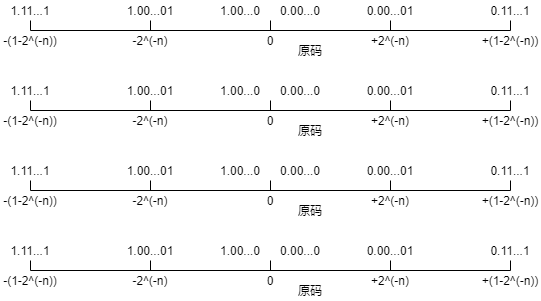
chunkitlau/diagrams keeps this draw.io diagram as computer organization week 3.png. Above is the earlier version. Source tidied: cells renumbered, new cells last; positions are measured from the earlier drawing's top-left corner, leaving out a move shared by most shapes.
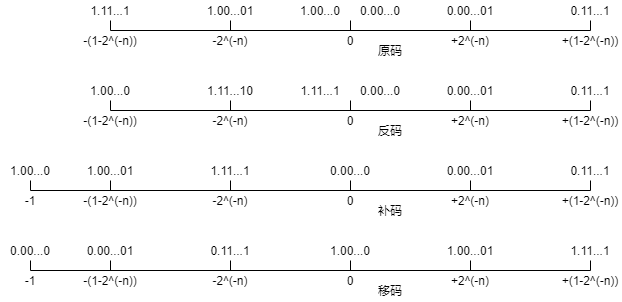
Later version of the same file.

The edit, as a diff of the source:
```diff
@@ -104,7 +104,7 @@
         <mxPoint x="390" y="100" as="targetPoint" />
       </mxGeometry>
     </mxCell>
-    <mxCell id="25" value="原码" style="text;html=1;strokeColor=none;fillColor=none;align=center;verticalAlign=middle;whiteSpace=wrap;rounded=0;" parent="1" vertex="1">
+    <mxCell id="25" value="反码" style="text;html=1;strokeColor=none;fillColor=none;align=center;verticalAlign=middle;whiteSpace=wrap;rounded=0;" parent="1" vertex="1">
       <mxGeometry x="290" y="120" width="40" height="20" as="geometry" />
     </mxCell>
     <mxCell id="26" style="endArrow=none;html=1;" parent="1" edge="1">
@@ -125,7 +125,7 @@
     <mxCell id="30" value="0.00...0" style="text;html=1;strokeColor=none;fillColor=none;align=center;verticalAlign=middle;whiteSpace=wrap;rounded=0;" parent="1" vertex="1">
       <mxGeometry x="280" y="80" width="40" height="20" as="geometry" />
     </mxCell>
-    <mxCell id="31" value="1.00...0" style="text;html=1;strokeColor=none;fillColor=none;align=center;verticalAlign=middle;whiteSpace=wrap;rounded=0;" parent="1" vertex="1">
+    <mxCell id="31" value="1.11...1" style="text;html=1;strokeColor=none;fillColor=none;align=center;verticalAlign=middle;whiteSpace=wrap;rounded=0;" parent="1" vertex="1">
       <mxGeometry x="220" y="80" width="40" height="20" as="geometry" />
     </mxCell>
     <mxCell id="32" value="0.00...01" style="text;html=1;strokeColor=none;fillColor=none;align=center;verticalAlign=middle;whiteSpace=wrap;rounded=0;" parent="1" vertex="1">
@@ -140,15 +140,15 @@
     <mxCell id="35" value="-(1-2^(-n))" style="text;html=1;strokeColor=none;fillColor=none;align=center;verticalAlign=middle;whiteSpace=wrap;rounded=0;" parent="1" vertex="1">
       <mxGeometry y="110" width="60" height="20" as="geometry" />
     </mxCell>
-    <mxCell id="36" value="1.00...01" style="text;html=1;strokeColor=none;fillColor=none;align=center;verticalAlign=middle;whiteSpace=wrap;rounded=0;" parent="1" vertex="1">
+    <mxCell id="36" value="1.11...10" style="text;html=1;strokeColor=none;fillColor=none;align=center;verticalAlign=middle;whiteSpace=wrap;rounded=0;" parent="1" vertex="1">
       <mxGeometry x="130" y="80" width="40" height="20" as="geometry" />
     </mxCell>
-    <mxCell id="37" value="1.11...1" style="text;html=1;strokeColor=none;fillColor=none;align=center;verticalAlign=middle;whiteSpace=wrap;rounded=0;" parent="1" vertex="1">
+    <mxCell id="37" value="1.00...0" style="text;html=1;strokeColor=none;fillColor=none;align=center;verticalAlign=middle;whiteSpace=wrap;rounded=0;" parent="1" vertex="1">
       <mxGeometry x="10" y="80" width="40" height="20" as="geometry" />
     </mxCell>
     <mxCell id="38" style="endArrow=none;html=1;" parent="1" edge="1">
       <mxGeometry relative="1" as="geometry">
-        <mxPoint x="30" y="190" as="sourcePoint" />
+        <mxPoint x="-50" y="190" as="sourcePoint" />
         <mxPoint x="510" y="190" as="targetPoint" />
       </mxGeometry>
     </mxCell>
@@ -192,10 +192,10 @@
       <mxGeometry x="480" y="190" width="60" height="20" as="geometry" />
     </mxCell>
     <mxCell id="47" value="0.00...0" style="text;html=1;strokeColor=none;fillColor=none;align=center;verticalAlign=middle;whiteSpace=wrap;rounded=0;" parent="1" vertex="1">
-      <mxGeometry x="280" y="160" width="40" height="20" as="geometry" />
+      <mxGeometry x="250" y="160" width="40" height="20" as="geometry" />
     </mxCell>
-    <mxCell id="48" value="1.00...0" style="text;html=1;strokeColor=none;fillColor=none;align=center;verticalAlign=middle;whiteSpace=wrap;rounded=0;" parent="1" vertex="1">
-      <mxGeometry x="220" y="160" width="40" height="20" as="geometry" />
+    <mxCell id="48" value="1.00...01" style="text;html=1;strokeColor=none;fillColor=none;align=center;verticalAlign=middle;whiteSpace=wrap;rounded=0;" parent="1" vertex="1">
+      <mxGeometry x="10" y="160" width="40" height="20" as="geometry" />
     </mxCell>
     <mxCell id="49" value="0.00...01" style="text;html=1;strokeColor=none;fillColor=none;align=center;verticalAlign=middle;whiteSpace=wrap;rounded=0;" parent="1" vertex="1">
       <mxGeometry x="370" y="160" width="40" height="20" as="geometry" />
@@ -209,18 +209,15 @@
     <mxCell id="52" value="-(1-2^(-n))" style="text;html=1;strokeColor=none;fillColor=none;align=center;verticalAlign=middle;whiteSpace=wrap;rounded=0;" parent="1" vertex="1">
       <mxGeometry y="190" width="60" height="20" as="geometry" />
     </mxCell>
-    <mxCell id="53" value="1.00...01" style="text;html=1;strokeColor=none;fillColor=none;align=center;verticalAlign=middle;whiteSpace=wrap;rounded=0;" parent="1" vertex="1">
-      <mxGeometry x="130" y="160" width="40" height="20" as="geometry" />
-    </mxCell>
     <mxCell id="54" value="1.11...1" style="text;html=1;strokeColor=none;fillColor=none;align=center;verticalAlign=middle;whiteSpace=wrap;rounded=0;" parent="1" vertex="1">
-      <mxGeometry x="10" y="160" width="40" height="20" as="geometry" />
+      <mxGeometry x="130" y="160" width="40" height="20" as="geometry" />
     </mxCell>
-    <mxCell id="55" value="原码" style="text;html=1;strokeColor=none;fillColor=none;align=center;verticalAlign=middle;whiteSpace=wrap;rounded=0;" parent="1" vertex="1">
+    <mxCell id="55" value="补码" style="text;html=1;strokeColor=none;fillColor=none;align=center;verticalAlign=middle;whiteSpace=wrap;rounded=0;" parent="1" vertex="1">
       <mxGeometry x="290" y="200" width="40" height="20" as="geometry" />
     </mxCell>
     <mxCell id="56" style="endArrow=none;html=1;" parent="1" edge="1">
       <mxGeometry relative="1" as="geometry">
-        <mxPoint x="30" y="270" as="sourcePoint" />
+        <mxPoint x="-50" y="270" as="sourcePoint" />
         <mxPoint x="510" y="270" as="targetPoint" />
       </mxGeometry>
     </mxCell>
@@ -263,16 +260,13 @@
     <mxCell id="64" value="+(1-2^(-n))" style="text;html=1;strokeColor=none;fillColor=none;align=center;verticalAlign=middle;whiteSpace=wrap;rounded=0;" parent="1" vertex="1">
       <mxGeometry x="480" y="270" width="60" height="20" as="geometry" />
     </mxCell>
-    <mxCell id="65" value="0.00...0" style="text;html=1;strokeColor=none;fillColor=none;align=center;verticalAlign=middle;whiteSpace=wrap;rounded=0;" parent="1" vertex="1">
-      <mxGeometry x="280" y="240" width="40" height="20" as="geometry" />
+    <mxCell id="65" value="1.00...0" style="text;html=1;strokeColor=none;fillColor=none;align=center;verticalAlign=middle;whiteSpace=wrap;rounded=0;" parent="1" vertex="1">
+      <mxGeometry x="250" y="240" width="40" height="20" as="geometry" />
     </mxCell>
-    <mxCell id="66" value="1.00...0" style="text;html=1;strokeColor=none;fillColor=none;align=center;verticalAlign=middle;whiteSpace=wrap;rounded=0;" parent="1" vertex="1">
-      <mxGeometry x="220" y="240" width="40" height="20" as="geometry" />
-    </mxCell>
-    <mxCell id="67" value="0.00...01" style="text;html=1;strokeColor=none;fillColor=none;align=center;verticalAlign=middle;whiteSpace=wrap;rounded=0;" parent="1" vertex="1">
+    <mxCell id="67" value="1.00...01" style="text;html=1;strokeColor=none;fillColor=none;align=center;verticalAlign=middle;whiteSpace=wrap;rounded=0;" parent="1" vertex="1">
       <mxGeometry x="370" y="240" width="40" height="20" as="geometry" />
     </mxCell>
-    <mxCell id="68" value="0.11...1" style="text;html=1;strokeColor=none;fillColor=none;align=center;verticalAlign=middle;whiteSpace=wrap;rounded=0;" parent="1" vertex="1">
+    <mxCell id="68" value="1.11...1" style="text;html=1;strokeColor=none;fillColor=none;align=center;verticalAlign=middle;whiteSpace=wrap;rounded=0;" parent="1" vertex="1">
       <mxGeometry x="490" y="240" width="40" height="20" as="geometry" />
     </mxCell>
     <mxCell id="69" value="-2^(-n)" style="text;html=1;strokeColor=none;fillColor=none;align=center;verticalAlign=middle;whiteSpace=wrap;rounded=0;" parent="1" vertex="1">
@@ -281,14 +275,38 @@
     <mxCell id="70" value="-(1-2^(-n))" style="text;html=1;strokeColor=none;fillColor=none;align=center;verticalAlign=middle;whiteSpace=wrap;rounded=0;" parent="1" vertex="1">
       <mxGeometry y="270" width="60" height="20" as="geometry" />
     </mxCell>
-    <mxCell id="71" value="1.00...01" style="text;html=1;strokeColor=none;fillColor=none;align=center;verticalAlign=middle;whiteSpace=wrap;rounded=0;" parent="1" vertex="1">
-      <mxGeometry x="130" y="240" width="40" height="20" as="geometry" />
+    <mxCell id="71" value="0.00...01" style="text;html=1;strokeColor=none;fillColor=none;align=center;verticalAlign=middle;whiteSpace=wrap;rounded=0;" parent="1" vertex="1">
+      <mxGeometry x="10" y="240" width="40" height="20" as="geometry" />
     </mxCell>
-    <mxCell id="72" value="1.11...1" style="text;html=1;strokeColor=none;fillColor=none;align=center;verticalAlign=middle;whiteSpace=wrap;rounded=0;" parent="1" vertex="1">
-      <mxGeometry x="10" y="240" width="40" height="20" as="geometry" />
+    <mxCell id="72" value="0.11...1" style="text;html=1;strokeColor=none;fillColor=none;align=center;verticalAlign=middle;whiteSpace=wrap;rounded=0;" parent="1" vertex="1">
+      <mxGeometry x="130" y="240" width="40" height="20" as="geometry" />
     </mxCell>
-    <mxCell id="73" value="原码" style="text;html=1;strokeColor=none;fillColor=none;align=center;verticalAlign=middle;whiteSpace=wrap;rounded=0;" parent="1" vertex="1">
+    <mxCell id="73" value="移码" style="text;html=1;strokeColor=none;fillColor=none;align=center;verticalAlign=middle;whiteSpace=wrap;rounded=0;" parent="1" vertex="1">
       <mxGeometry x="290" y="280" width="40" height="20" as="geometry" />
     </mxCell>
+    <mxCell id="74" style="endArrow=none;html=1;" parent="1" edge="1">
+      <mxGeometry relative="1" as="geometry">
+        <mxPoint x="-50" y="190" as="sourcePoint" />
+        <mxPoint x="-50" y="180" as="targetPoint" />
+      </mxGeometry>
+    </mxCell>
+    <mxCell id="75" style="endArrow=none;html=1;" parent="1" edge="1">
+      <mxGeometry relative="1" as="geometry">
+        <mxPoint x="-50" y="270" as="sourcePoint" />
+        <mxPoint x="-50" y="260" as="targetPoint" />
+      </mxGeometry>
+    </mxCell>
+    <mxCell id="66" value="1.00...0" style="text;html=1;strokeColor=none;fillColor=none;align=center;verticalAlign=middle;whiteSpace=wrap;rounded=0;" parent="1" vertex="1">
+      <mxGeometry x="-70" y="160" width="40" height="20" as="geometry" />
+    </mxCell>
+    <mxCell id="76" value="-1" style="text;html=1;strokeColor=none;fillColor=none;align=center;verticalAlign=middle;whiteSpace=wrap;rounded=0;" parent="1" vertex="1">
+      <mxGeometry x="-80" y="190" width="60" height="20" as="geometry" />
+    </mxCell>
+    <mxCell id="77" value="0.00...0" style="text;html=1;strokeColor=none;fillColor=none;align=center;verticalAlign=middle;whiteSpace=wrap;rounded=0;" parent="1" vertex="1">
+      <mxGeometry x="-70" y="240" width="40" height="20" as="geometry" />
+    </mxCell>
+    <mxCell id="78" value="-1" style="text;html=1;strokeColor=none;fillColor=none;align=center;verticalAlign=middle;whiteSpace=wrap;rounded=0;" parent="1" vertex="1">
+      <mxGeometry x="-80" y="270" width="60" height="20" as="geometry" />
+    </mxCell>
   </root>
 </mxGraphModel>
```
